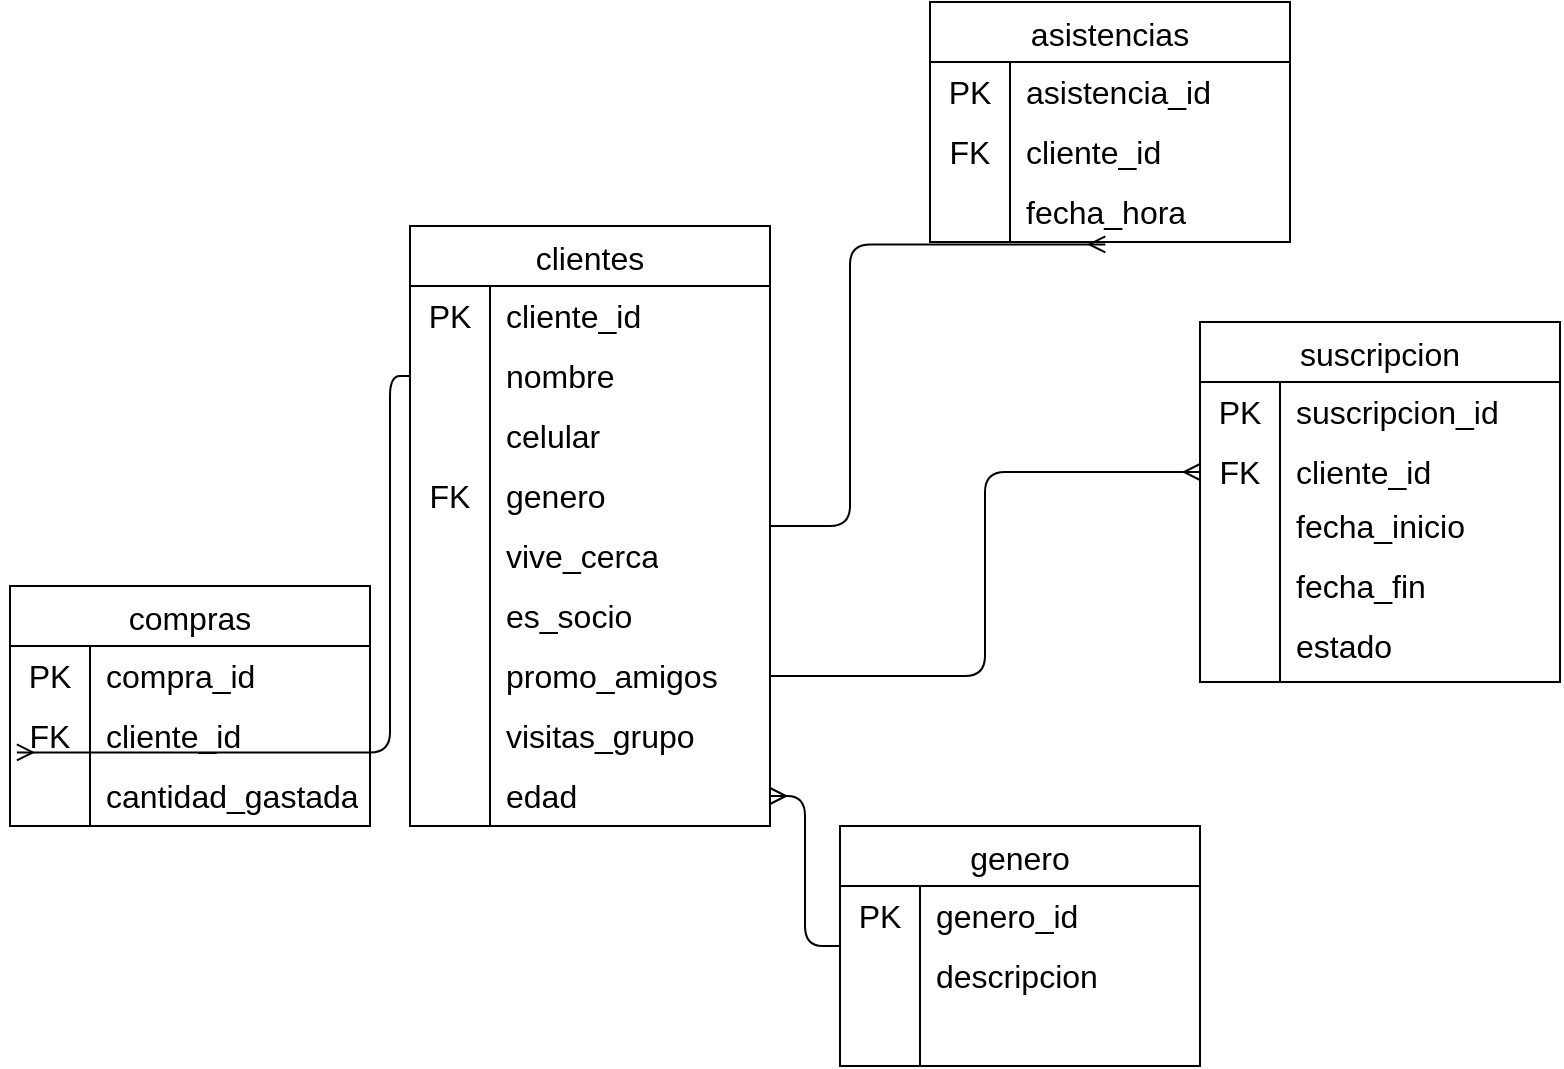
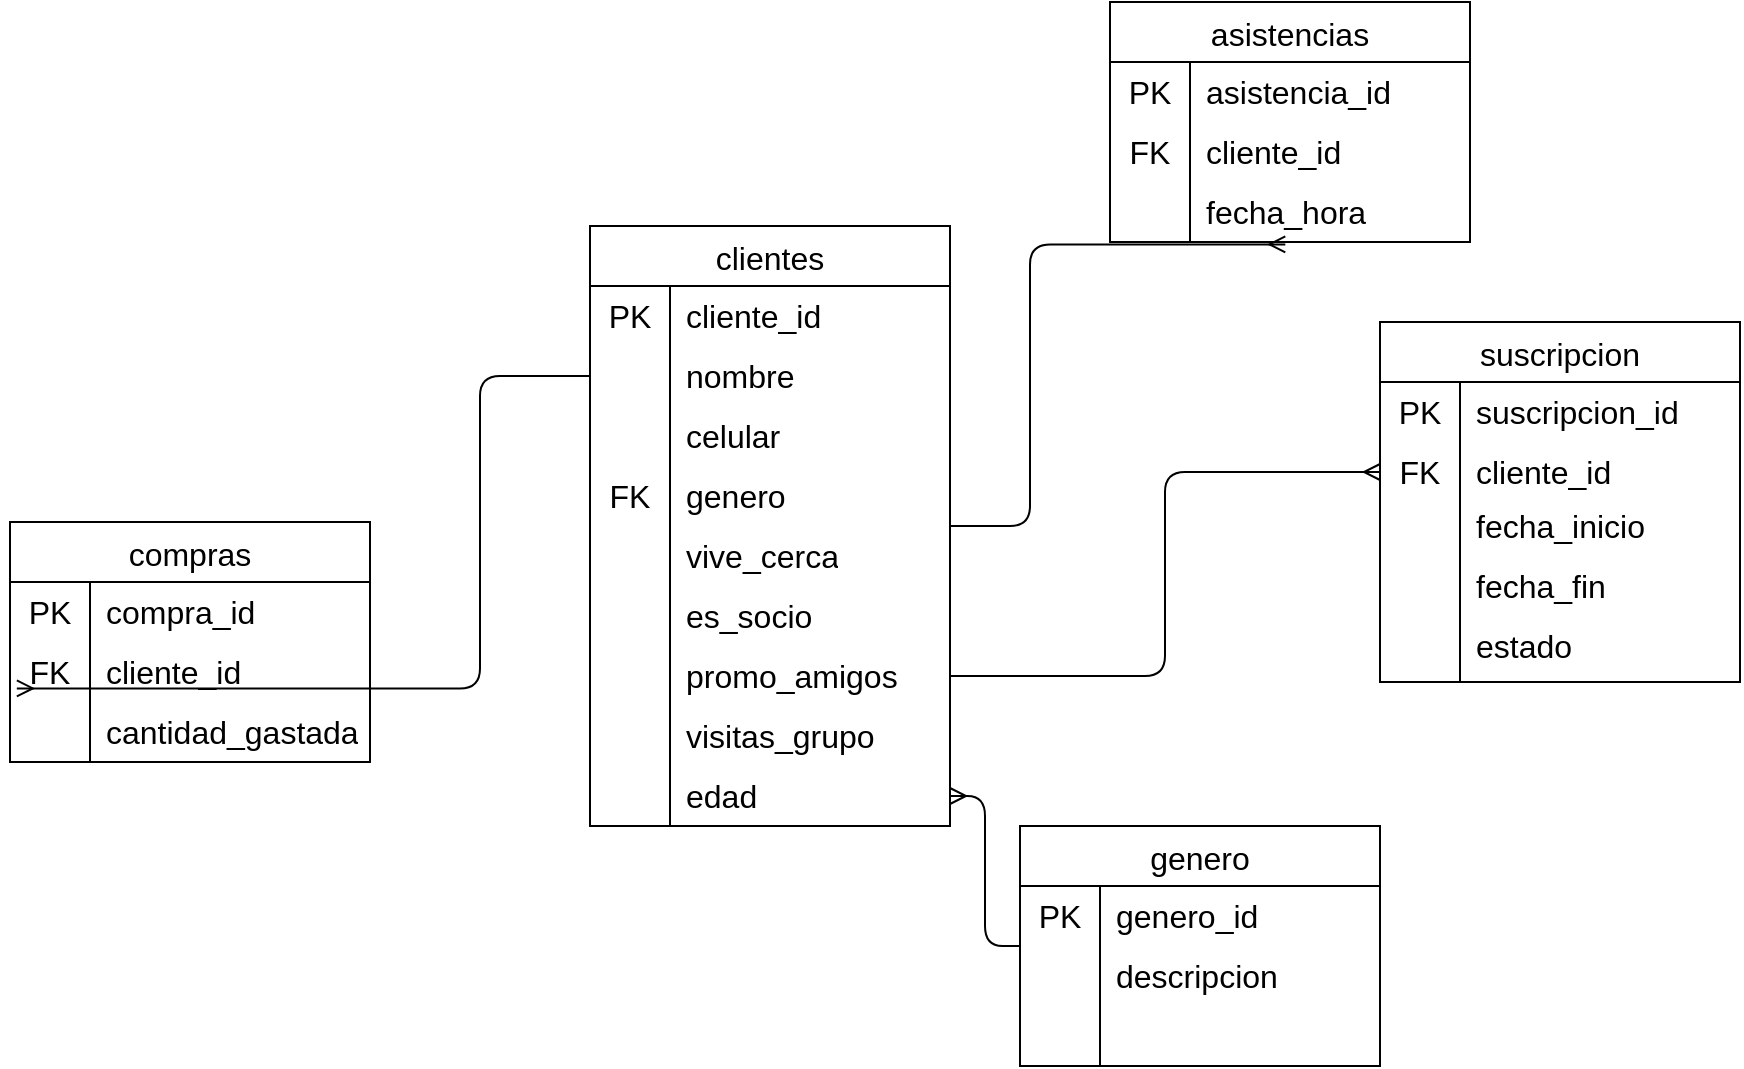
<mxfile host="65bd71144e">
    <diagram id="0N_q3d2VuDetmBSRo2Uj" name="Page-1">
-         <mxGraphModel dx="2738" dy="502" grid="1" gridSize="10" guides="1" tooltips="1" connect="1" arrows="1" fold="1" page="1" pageScale="1" pageWidth="850" pageHeight="1100" math="0" shadow="0">
+         <mxGraphModel dx="1830" dy="563" grid="1" gridSize="10" guides="1" tooltips="1" connect="1" arrows="1" fold="1" page="1" pageScale="1" pageWidth="850" pageHeight="1100" math="0" shadow="0">
            <root>
                <mxCell id="0"/>
                <mxCell id="1" parent="0"/>
                <mxCell id="2" value="clientes" style="shape=table;startSize=30;container=1;collapsible=0;childLayout=tableLayout;fixedRows=1;rowLines=0;fontStyle=0;strokeColor=default;fontSize=16;" parent="1" vertex="1">
                    <mxGeometry x="120" y="172" width="180" height="300" as="geometry"/>
                </mxCell>
                <mxCell id="3" value="" style="shape=tableRow;horizontal=0;startSize=0;swimlaneHead=0;swimlaneBody=0;top=0;left=0;bottom=0;right=0;collapsible=0;dropTarget=0;fillColor=none;points=[[0,0.5],[1,0.5]];portConstraint=eastwest;strokeColor=inherit;fontSize=16;" parent="2" vertex="1">
                    <mxGeometry y="30" width="180" height="30" as="geometry"/>
                </mxCell>
                <mxCell id="4" value="PK" style="shape=partialRectangle;html=1;whiteSpace=wrap;connectable=0;fillColor=none;top=0;left=0;bottom=0;right=0;overflow=hidden;pointerEvents=1;strokeColor=inherit;fontSize=16;" parent="3" vertex="1">
                    <mxGeometry width="40" height="30" as="geometry">
                        <mxRectangle width="40" height="30" as="alternateBounds"/>
                    </mxGeometry>
                </mxCell>
                <mxCell id="5" value="cliente_id" style="shape=partialRectangle;html=1;whiteSpace=wrap;connectable=0;fillColor=none;top=0;left=0;bottom=0;right=0;align=left;spacingLeft=6;overflow=hidden;strokeColor=inherit;fontSize=16;" parent="3" vertex="1">
                    <mxGeometry x="40" width="140" height="30" as="geometry">
                        <mxRectangle width="140" height="30" as="alternateBounds"/>
                    </mxGeometry>
                </mxCell>
                <mxCell id="6" value="" style="shape=tableRow;horizontal=0;startSize=0;swimlaneHead=0;swimlaneBody=0;top=0;left=0;bottom=0;right=0;collapsible=0;dropTarget=0;fillColor=none;points=[[0,0.5],[1,0.5]];portConstraint=eastwest;strokeColor=inherit;fontSize=16;" parent="2" vertex="1">
                    <mxGeometry y="60" width="180" height="30" as="geometry"/>
                </mxCell>
                <mxCell id="7" value="" style="shape=partialRectangle;html=1;whiteSpace=wrap;connectable=0;fillColor=none;top=0;left=0;bottom=0;right=0;overflow=hidden;strokeColor=inherit;fontSize=16;" parent="6" vertex="1">
                    <mxGeometry width="40" height="30" as="geometry">
                        <mxRectangle width="40" height="30" as="alternateBounds"/>
                    </mxGeometry>
                </mxCell>
                <mxCell id="8" value="nombre" style="shape=partialRectangle;html=1;whiteSpace=wrap;connectable=0;fillColor=none;top=0;left=0;bottom=0;right=0;align=left;spacingLeft=6;overflow=hidden;strokeColor=inherit;fontSize=16;" parent="6" vertex="1">
                    <mxGeometry x="40" width="140" height="30" as="geometry">
                        <mxRectangle width="140" height="30" as="alternateBounds"/>
                    </mxGeometry>
                </mxCell>
                <mxCell id="9" value="" style="shape=tableRow;horizontal=0;startSize=0;swimlaneHead=0;swimlaneBody=0;top=0;left=0;bottom=0;right=0;collapsible=0;dropTarget=0;fillColor=none;points=[[0,0.5],[1,0.5]];portConstraint=eastwest;strokeColor=inherit;fontSize=16;" parent="2" vertex="1">
                    <mxGeometry y="90" width="180" height="30" as="geometry"/>
                </mxCell>
                <mxCell id="10" value="" style="shape=partialRectangle;html=1;whiteSpace=wrap;connectable=0;fillColor=none;top=0;left=0;bottom=0;right=0;overflow=hidden;strokeColor=inherit;fontSize=16;" parent="9" vertex="1">
                    <mxGeometry width="40" height="30" as="geometry">
                        <mxRectangle width="40" height="30" as="alternateBounds"/>
                    </mxGeometry>
                </mxCell>
                <mxCell id="11" value="celular" style="shape=partialRectangle;html=1;whiteSpace=wrap;connectable=0;fillColor=none;top=0;left=0;bottom=0;right=0;align=left;spacingLeft=6;overflow=hidden;strokeColor=inherit;fontSize=16;" parent="9" vertex="1">
                    <mxGeometry x="40" width="140" height="30" as="geometry">
                        <mxRectangle width="140" height="30" as="alternateBounds"/>
                    </mxGeometry>
                </mxCell>
                <mxCell id="43" value="" style="shape=tableRow;horizontal=0;startSize=0;swimlaneHead=0;swimlaneBody=0;top=0;left=0;bottom=0;right=0;collapsible=0;dropTarget=0;fillColor=none;points=[[0,0.5],[1,0.5]];portConstraint=eastwest;strokeColor=inherit;fontSize=16;" parent="2" vertex="1">
                    <mxGeometry y="120" width="180" height="30" as="geometry"/>
                </mxCell>
                <mxCell id="44" value="FK" style="shape=partialRectangle;html=1;whiteSpace=wrap;connectable=0;fillColor=none;top=0;left=0;bottom=0;right=0;overflow=hidden;strokeColor=inherit;fontSize=16;" parent="43" vertex="1">
                    <mxGeometry width="40" height="30" as="geometry">
                        <mxRectangle width="40" height="30" as="alternateBounds"/>
                    </mxGeometry>
                </mxCell>
                <mxCell id="45" value="genero" style="shape=partialRectangle;html=1;whiteSpace=wrap;connectable=0;fillColor=none;top=0;left=0;bottom=0;right=0;align=left;spacingLeft=6;overflow=hidden;strokeColor=inherit;fontSize=16;" parent="43" vertex="1">
                    <mxGeometry x="40" width="140" height="30" as="geometry">
                        <mxRectangle width="140" height="30" as="alternateBounds"/>
                    </mxGeometry>
                </mxCell>
                <mxCell id="46" value="" style="shape=tableRow;horizontal=0;startSize=0;swimlaneHead=0;swimlaneBody=0;top=0;left=0;bottom=0;right=0;collapsible=0;dropTarget=0;fillColor=none;points=[[0,0.5],[1,0.5]];portConstraint=eastwest;strokeColor=inherit;fontSize=16;" parent="2" vertex="1">
                    <mxGeometry y="150" width="180" height="30" as="geometry"/>
                </mxCell>
                <mxCell id="47" value="" style="shape=partialRectangle;html=1;whiteSpace=wrap;connectable=0;fillColor=none;top=0;left=0;bottom=0;right=0;overflow=hidden;strokeColor=inherit;fontSize=16;" parent="46" vertex="1">
                    <mxGeometry width="40" height="30" as="geometry">
                        <mxRectangle width="40" height="30" as="alternateBounds"/>
                    </mxGeometry>
                </mxCell>
                <mxCell id="48" value="vive_cerca" style="shape=partialRectangle;html=1;whiteSpace=wrap;connectable=0;fillColor=none;top=0;left=0;bottom=0;right=0;align=left;spacingLeft=6;overflow=hidden;strokeColor=inherit;fontSize=16;" parent="46" vertex="1">
                    <mxGeometry x="40" width="140" height="30" as="geometry">
                        <mxRectangle width="140" height="30" as="alternateBounds"/>
                    </mxGeometry>
                </mxCell>
                <mxCell id="49" value="" style="shape=tableRow;horizontal=0;startSize=0;swimlaneHead=0;swimlaneBody=0;top=0;left=0;bottom=0;right=0;collapsible=0;dropTarget=0;fillColor=none;points=[[0,0.5],[1,0.5]];portConstraint=eastwest;strokeColor=inherit;fontSize=16;" parent="2" vertex="1">
                    <mxGeometry y="180" width="180" height="30" as="geometry"/>
                </mxCell>
                <mxCell id="50" value="" style="shape=partialRectangle;html=1;whiteSpace=wrap;connectable=0;fillColor=none;top=0;left=0;bottom=0;right=0;overflow=hidden;strokeColor=inherit;fontSize=16;" parent="49" vertex="1">
                    <mxGeometry width="40" height="30" as="geometry">
                        <mxRectangle width="40" height="30" as="alternateBounds"/>
                    </mxGeometry>
                </mxCell>
                <mxCell id="51" value="es_socio" style="shape=partialRectangle;html=1;whiteSpace=wrap;connectable=0;fillColor=none;top=0;left=0;bottom=0;right=0;align=left;spacingLeft=6;overflow=hidden;strokeColor=inherit;fontSize=16;" parent="49" vertex="1">
                    <mxGeometry x="40" width="140" height="30" as="geometry">
                        <mxRectangle width="140" height="30" as="alternateBounds"/>
                    </mxGeometry>
                </mxCell>
                <mxCell id="52" value="" style="shape=tableRow;horizontal=0;startSize=0;swimlaneHead=0;swimlaneBody=0;top=0;left=0;bottom=0;right=0;collapsible=0;dropTarget=0;fillColor=none;points=[[0,0.5],[1,0.5]];portConstraint=eastwest;strokeColor=inherit;fontSize=16;" parent="2" vertex="1">
                    <mxGeometry y="210" width="180" height="30" as="geometry"/>
                </mxCell>
                <mxCell id="53" value="" style="shape=partialRectangle;html=1;whiteSpace=wrap;connectable=0;fillColor=none;top=0;left=0;bottom=0;right=0;overflow=hidden;strokeColor=inherit;fontSize=16;" parent="52" vertex="1">
                    <mxGeometry width="40" height="30" as="geometry">
                        <mxRectangle width="40" height="30" as="alternateBounds"/>
                    </mxGeometry>
                </mxCell>
                <mxCell id="54" value="promo_amigos" style="shape=partialRectangle;html=1;whiteSpace=wrap;connectable=0;fillColor=none;top=0;left=0;bottom=0;right=0;align=left;spacingLeft=6;overflow=hidden;strokeColor=inherit;fontSize=16;" parent="52" vertex="1">
                    <mxGeometry x="40" width="140" height="30" as="geometry">
                        <mxRectangle width="140" height="30" as="alternateBounds"/>
                    </mxGeometry>
                </mxCell>
                <mxCell id="55" value="" style="shape=tableRow;horizontal=0;startSize=0;swimlaneHead=0;swimlaneBody=0;top=0;left=0;bottom=0;right=0;collapsible=0;dropTarget=0;fillColor=none;points=[[0,0.5],[1,0.5]];portConstraint=eastwest;strokeColor=inherit;fontSize=16;" parent="2" vertex="1">
                    <mxGeometry y="240" width="180" height="30" as="geometry"/>
                </mxCell>
                <mxCell id="56" value="" style="shape=partialRectangle;html=1;whiteSpace=wrap;connectable=0;fillColor=none;top=0;left=0;bottom=0;right=0;overflow=hidden;strokeColor=inherit;fontSize=16;" parent="55" vertex="1">
                    <mxGeometry width="40" height="30" as="geometry">
                        <mxRectangle width="40" height="30" as="alternateBounds"/>
                    </mxGeometry>
                </mxCell>
                <mxCell id="57" value="visitas_grupo" style="shape=partialRectangle;html=1;whiteSpace=wrap;connectable=0;fillColor=none;top=0;left=0;bottom=0;right=0;align=left;spacingLeft=6;overflow=hidden;strokeColor=inherit;fontSize=16;" parent="55" vertex="1">
                    <mxGeometry x="40" width="140" height="30" as="geometry">
                        <mxRectangle width="140" height="30" as="alternateBounds"/>
                    </mxGeometry>
                </mxCell>
                <mxCell id="58" value="" style="shape=tableRow;horizontal=0;startSize=0;swimlaneHead=0;swimlaneBody=0;top=0;left=0;bottom=0;right=0;collapsible=0;dropTarget=0;fillColor=none;points=[[0,0.5],[1,0.5]];portConstraint=eastwest;strokeColor=inherit;fontSize=16;" parent="2" vertex="1">
                    <mxGeometry y="270" width="180" height="30" as="geometry"/>
                </mxCell>
                <mxCell id="59" value="" style="shape=partialRectangle;html=1;whiteSpace=wrap;connectable=0;fillColor=none;top=0;left=0;bottom=0;right=0;overflow=hidden;strokeColor=inherit;fontSize=16;" parent="58" vertex="1">
                    <mxGeometry width="40" height="30" as="geometry">
                        <mxRectangle width="40" height="30" as="alternateBounds"/>
                    </mxGeometry>
                </mxCell>
                <mxCell id="60" value="edad" style="shape=partialRectangle;html=1;whiteSpace=wrap;connectable=0;fillColor=none;top=0;left=0;bottom=0;right=0;align=left;spacingLeft=6;overflow=hidden;strokeColor=inherit;fontSize=16;" parent="58" vertex="1">
                    <mxGeometry x="40" width="140" height="30" as="geometry">
                        <mxRectangle width="140" height="30" as="alternateBounds"/>
                    </mxGeometry>
                </mxCell>
                <mxCell id="96" style="edgeStyle=orthogonalEdgeStyle;html=1;entryX=1;entryY=0.5;entryDx=0;entryDy=0;endArrow=ERmany;endFill=0;" parent="1" source="12" target="58" edge="1">
                    <mxGeometry relative="1" as="geometry"/>
                </mxCell>
                <mxCell id="12" value="genero" style="shape=table;startSize=30;container=1;collapsible=0;childLayout=tableLayout;fixedRows=1;rowLines=0;fontStyle=0;strokeColor=default;fontSize=16;" parent="1" vertex="1">
                    <mxGeometry x="335" y="472" width="180" height="120" as="geometry"/>
                </mxCell>
                <mxCell id="13" value="" style="shape=tableRow;horizontal=0;startSize=0;swimlaneHead=0;swimlaneBody=0;top=0;left=0;bottom=0;right=0;collapsible=0;dropTarget=0;fillColor=none;points=[[0,0.5],[1,0.5]];portConstraint=eastwest;strokeColor=inherit;fontSize=16;" parent="12" vertex="1">
                    <mxGeometry y="30" width="180" height="30" as="geometry"/>
                </mxCell>
                <mxCell id="14" value="PK" style="shape=partialRectangle;html=1;whiteSpace=wrap;connectable=0;fillColor=none;top=0;left=0;bottom=0;right=0;overflow=hidden;pointerEvents=1;strokeColor=inherit;fontSize=16;" parent="13" vertex="1">
                    <mxGeometry width="40" height="30" as="geometry">
                        <mxRectangle width="40" height="30" as="alternateBounds"/>
                    </mxGeometry>
                </mxCell>
                <mxCell id="15" value="genero_id" style="shape=partialRectangle;html=1;whiteSpace=wrap;connectable=0;fillColor=none;top=0;left=0;bottom=0;right=0;align=left;spacingLeft=6;overflow=hidden;strokeColor=inherit;fontSize=16;" parent="13" vertex="1">
                    <mxGeometry x="40" width="140" height="30" as="geometry">
                        <mxRectangle width="140" height="30" as="alternateBounds"/>
                    </mxGeometry>
                </mxCell>
                <mxCell id="16" value="" style="shape=tableRow;horizontal=0;startSize=0;swimlaneHead=0;swimlaneBody=0;top=0;left=0;bottom=0;right=0;collapsible=0;dropTarget=0;fillColor=none;points=[[0,0.5],[1,0.5]];portConstraint=eastwest;strokeColor=inherit;fontSize=16;" parent="12" vertex="1">
                    <mxGeometry y="60" width="180" height="30" as="geometry"/>
                </mxCell>
                <mxCell id="17" value="" style="shape=partialRectangle;html=1;whiteSpace=wrap;connectable=0;fillColor=none;top=0;left=0;bottom=0;right=0;overflow=hidden;strokeColor=inherit;fontSize=16;" parent="16" vertex="1">
                    <mxGeometry width="40" height="30" as="geometry">
                        <mxRectangle width="40" height="30" as="alternateBounds"/>
                    </mxGeometry>
                </mxCell>
                <mxCell id="18" value="descripcion" style="shape=partialRectangle;html=1;whiteSpace=wrap;connectable=0;fillColor=none;top=0;left=0;bottom=0;right=0;align=left;spacingLeft=6;overflow=hidden;strokeColor=inherit;fontSize=16;" parent="16" vertex="1">
                    <mxGeometry x="40" width="140" height="30" as="geometry">
                        <mxRectangle width="140" height="30" as="alternateBounds"/>
                    </mxGeometry>
                </mxCell>
                <mxCell id="19" value="" style="shape=tableRow;horizontal=0;startSize=0;swimlaneHead=0;swimlaneBody=0;top=0;left=0;bottom=0;right=0;collapsible=0;dropTarget=0;fillColor=none;points=[[0,0.5],[1,0.5]];portConstraint=eastwest;strokeColor=inherit;fontSize=16;" parent="12" vertex="1">
                    <mxGeometry y="90" width="180" height="30" as="geometry"/>
                </mxCell>
                <mxCell id="20" value="" style="shape=partialRectangle;html=1;whiteSpace=wrap;connectable=0;fillColor=none;top=0;left=0;bottom=0;right=0;overflow=hidden;strokeColor=inherit;fontSize=16;" parent="19" vertex="1">
                    <mxGeometry width="40" height="30" as="geometry">
                        <mxRectangle width="40" height="30" as="alternateBounds"/>
                    </mxGeometry>
                </mxCell>
                <mxCell id="21" value="" style="shape=partialRectangle;html=1;whiteSpace=wrap;connectable=0;fillColor=none;top=0;left=0;bottom=0;right=0;align=left;spacingLeft=6;overflow=hidden;strokeColor=inherit;fontSize=16;" parent="19" vertex="1">
                    <mxGeometry x="40" width="140" height="30" as="geometry">
                        <mxRectangle width="140" height="30" as="alternateBounds"/>
                    </mxGeometry>
                </mxCell>
                <mxCell id="22" value="suscripcion" style="shape=table;startSize=30;container=1;collapsible=0;childLayout=tableLayout;fixedRows=1;rowLines=0;fontStyle=0;strokeColor=default;fontSize=16;" parent="1" vertex="1">
                    <mxGeometry x="515" y="220" width="180" height="180" as="geometry"/>
                </mxCell>
                <mxCell id="23" value="" style="shape=tableRow;horizontal=0;startSize=0;swimlaneHead=0;swimlaneBody=0;top=0;left=0;bottom=0;right=0;collapsible=0;dropTarget=0;fillColor=none;points=[[0,0.5],[1,0.5]];portConstraint=eastwest;strokeColor=inherit;fontSize=16;" parent="22" vertex="1">
                    <mxGeometry y="30" width="180" height="30" as="geometry"/>
                </mxCell>
                <mxCell id="24" value="PK" style="shape=partialRectangle;html=1;whiteSpace=wrap;connectable=0;fillColor=none;top=0;left=0;bottom=0;right=0;overflow=hidden;pointerEvents=1;strokeColor=inherit;fontSize=16;" parent="23" vertex="1">
                    <mxGeometry width="40" height="30" as="geometry">
                        <mxRectangle width="40" height="30" as="alternateBounds"/>
                    </mxGeometry>
                </mxCell>
                <mxCell id="25" value="suscripcion_id" style="shape=partialRectangle;html=1;whiteSpace=wrap;connectable=0;fillColor=none;top=0;left=0;bottom=0;right=0;align=left;spacingLeft=6;overflow=hidden;strokeColor=inherit;fontSize=16;" parent="23" vertex="1">
                    <mxGeometry x="40" width="140" height="30" as="geometry">
                        <mxRectangle width="140" height="30" as="alternateBounds"/>
                    </mxGeometry>
                </mxCell>
                <mxCell id="26" value="" style="shape=tableRow;horizontal=0;startSize=0;swimlaneHead=0;swimlaneBody=0;top=0;left=0;bottom=0;right=0;collapsible=0;dropTarget=0;fillColor=none;points=[[0,0.5],[1,0.5]];portConstraint=eastwest;strokeColor=inherit;fontSize=16;" parent="22" vertex="1">
                    <mxGeometry y="60" width="180" height="30" as="geometry"/>
                </mxCell>
                <mxCell id="27" value="FK" style="shape=partialRectangle;html=1;whiteSpace=wrap;connectable=0;fillColor=none;top=0;left=0;bottom=0;right=0;overflow=hidden;strokeColor=inherit;fontSize=16;" parent="26" vertex="1">
                    <mxGeometry width="40" height="30" as="geometry">
                        <mxRectangle width="40" height="30" as="alternateBounds"/>
                    </mxGeometry>
                </mxCell>
                <mxCell id="28" value="cliente_id" style="shape=partialRectangle;html=1;whiteSpace=wrap;connectable=0;fillColor=none;top=0;left=0;bottom=0;right=0;align=left;spacingLeft=6;overflow=hidden;strokeColor=inherit;fontSize=16;" parent="26" vertex="1">
                    <mxGeometry x="40" width="140" height="30" as="geometry">
                        <mxRectangle width="140" height="30" as="alternateBounds"/>
                    </mxGeometry>
                </mxCell>
                <mxCell id="29" value="" style="shape=tableRow;horizontal=0;startSize=0;swimlaneHead=0;swimlaneBody=0;top=0;left=0;bottom=0;right=0;collapsible=0;dropTarget=0;fillColor=none;points=[[0,0.5],[1,0.5]];portConstraint=eastwest;strokeColor=inherit;fontSize=16;" parent="22" vertex="1">
                    <mxGeometry y="90" width="180" height="30" as="geometry"/>
                </mxCell>
                <mxCell id="30" value="" style="shape=partialRectangle;html=1;whiteSpace=wrap;connectable=0;fillColor=none;top=0;left=0;bottom=0;right=0;overflow=hidden;strokeColor=inherit;fontSize=16;" parent="29" vertex="1">
                    <mxGeometry width="40" height="30" as="geometry">
                        <mxRectangle width="40" height="30" as="alternateBounds"/>
                    </mxGeometry>
                </mxCell>
                <mxCell id="31" value="fecha_inicio&lt;div&gt;&lt;br&gt;&lt;/div&gt;" style="shape=partialRectangle;html=1;whiteSpace=wrap;connectable=0;fillColor=none;top=0;left=0;bottom=0;right=0;align=left;spacingLeft=6;overflow=hidden;strokeColor=inherit;fontSize=16;" parent="29" vertex="1">
                    <mxGeometry x="40" width="140" height="30" as="geometry">
                        <mxRectangle width="140" height="30" as="alternateBounds"/>
                    </mxGeometry>
                </mxCell>
                <mxCell id="61" value="" style="shape=tableRow;horizontal=0;startSize=0;swimlaneHead=0;swimlaneBody=0;top=0;left=0;bottom=0;right=0;collapsible=0;dropTarget=0;fillColor=none;points=[[0,0.5],[1,0.5]];portConstraint=eastwest;strokeColor=inherit;fontSize=16;" parent="22" vertex="1">
                    <mxGeometry y="120" width="180" height="30" as="geometry"/>
                </mxCell>
                <mxCell id="62" value="" style="shape=partialRectangle;html=1;whiteSpace=wrap;connectable=0;fillColor=none;top=0;left=0;bottom=0;right=0;overflow=hidden;strokeColor=inherit;fontSize=16;" parent="61" vertex="1">
                    <mxGeometry width="40" height="30" as="geometry">
                        <mxRectangle width="40" height="30" as="alternateBounds"/>
                    </mxGeometry>
                </mxCell>
                <mxCell id="63" value="fecha_fin&lt;div&gt;&lt;br&gt;&lt;/div&gt;" style="shape=partialRectangle;html=1;whiteSpace=wrap;connectable=0;fillColor=none;top=0;left=0;bottom=0;right=0;align=left;spacingLeft=6;overflow=hidden;strokeColor=inherit;fontSize=16;" parent="61" vertex="1">
                    <mxGeometry x="40" width="140" height="30" as="geometry">
                        <mxRectangle width="140" height="30" as="alternateBounds"/>
                    </mxGeometry>
                </mxCell>
                <mxCell id="64" value="" style="shape=tableRow;horizontal=0;startSize=0;swimlaneHead=0;swimlaneBody=0;top=0;left=0;bottom=0;right=0;collapsible=0;dropTarget=0;fillColor=none;points=[[0,0.5],[1,0.5]];portConstraint=eastwest;strokeColor=inherit;fontSize=16;" parent="22" vertex="1">
                    <mxGeometry y="150" width="180" height="30" as="geometry"/>
                </mxCell>
                <mxCell id="65" value="" style="shape=partialRectangle;html=1;whiteSpace=wrap;connectable=0;fillColor=none;top=0;left=0;bottom=0;right=0;overflow=hidden;strokeColor=inherit;fontSize=16;" parent="64" vertex="1">
                    <mxGeometry width="40" height="30" as="geometry">
                        <mxRectangle width="40" height="30" as="alternateBounds"/>
                    </mxGeometry>
                </mxCell>
                <mxCell id="66" value="estado&lt;div&gt;&lt;br&gt;&lt;/div&gt;" style="shape=partialRectangle;html=1;whiteSpace=wrap;connectable=0;fillColor=none;top=0;left=0;bottom=0;right=0;align=left;spacingLeft=6;overflow=hidden;strokeColor=inherit;fontSize=16;" parent="64" vertex="1">
                    <mxGeometry x="40" width="140" height="30" as="geometry">
                        <mxRectangle width="140" height="30" as="alternateBounds"/>
                    </mxGeometry>
                </mxCell>
                <mxCell id="67" value="compras" style="shape=table;startSize=30;container=1;collapsible=0;childLayout=tableLayout;fixedRows=1;rowLines=0;fontStyle=0;strokeColor=default;fontSize=16;" parent="1" vertex="1">
-                     <mxGeometry x="-80" y="352" width="180" height="120" as="geometry"/>
+                     <mxGeometry x="-170" y="320" width="180" height="120" as="geometry"/>
                </mxCell>
                <mxCell id="68" value="" style="shape=tableRow;horizontal=0;startSize=0;swimlaneHead=0;swimlaneBody=0;top=0;left=0;bottom=0;right=0;collapsible=0;dropTarget=0;fillColor=none;points=[[0,0.5],[1,0.5]];portConstraint=eastwest;strokeColor=inherit;fontSize=16;" parent="67" vertex="1">
                    <mxGeometry y="30" width="180" height="30" as="geometry"/>
                </mxCell>
                <mxCell id="69" value="PK" style="shape=partialRectangle;html=1;whiteSpace=wrap;connectable=0;fillColor=none;top=0;left=0;bottom=0;right=0;overflow=hidden;pointerEvents=1;strokeColor=inherit;fontSize=16;" parent="68" vertex="1">
                    <mxGeometry width="40" height="30" as="geometry">
                        <mxRectangle width="40" height="30" as="alternateBounds"/>
                    </mxGeometry>
                </mxCell>
                <mxCell id="70" value="compra_id" style="shape=partialRectangle;html=1;whiteSpace=wrap;connectable=0;fillColor=none;top=0;left=0;bottom=0;right=0;align=left;spacingLeft=6;overflow=hidden;strokeColor=inherit;fontSize=16;" parent="68" vertex="1">
                    <mxGeometry x="40" width="140" height="30" as="geometry">
                        <mxRectangle width="140" height="30" as="alternateBounds"/>
                    </mxGeometry>
                </mxCell>
                <mxCell id="71" value="" style="shape=tableRow;horizontal=0;startSize=0;swimlaneHead=0;swimlaneBody=0;top=0;left=0;bottom=0;right=0;collapsible=0;dropTarget=0;fillColor=none;points=[[0,0.5],[1,0.5]];portConstraint=eastwest;strokeColor=inherit;fontSize=16;" parent="67" vertex="1">
                    <mxGeometry y="60" width="180" height="30" as="geometry"/>
                </mxCell>
                <mxCell id="72" value="FK" style="shape=partialRectangle;html=1;whiteSpace=wrap;connectable=0;fillColor=none;top=0;left=0;bottom=0;right=0;overflow=hidden;strokeColor=inherit;fontSize=16;" parent="71" vertex="1">
                    <mxGeometry width="40" height="30" as="geometry">
                        <mxRectangle width="40" height="30" as="alternateBounds"/>
                    </mxGeometry>
                </mxCell>
                <mxCell id="73" value="cliente_id" style="shape=partialRectangle;html=1;whiteSpace=wrap;connectable=0;fillColor=none;top=0;left=0;bottom=0;right=0;align=left;spacingLeft=6;overflow=hidden;strokeColor=inherit;fontSize=16;" parent="71" vertex="1">
                    <mxGeometry x="40" width="140" height="30" as="geometry">
                        <mxRectangle width="140" height="30" as="alternateBounds"/>
                    </mxGeometry>
                </mxCell>
                <mxCell id="74" value="" style="shape=tableRow;horizontal=0;startSize=0;swimlaneHead=0;swimlaneBody=0;top=0;left=0;bottom=0;right=0;collapsible=0;dropTarget=0;fillColor=none;points=[[0,0.5],[1,0.5]];portConstraint=eastwest;strokeColor=inherit;fontSize=16;" parent="67" vertex="1">
                    <mxGeometry y="90" width="180" height="30" as="geometry"/>
                </mxCell>
                <mxCell id="75" value="" style="shape=partialRectangle;html=1;whiteSpace=wrap;connectable=0;fillColor=none;top=0;left=0;bottom=0;right=0;overflow=hidden;strokeColor=inherit;fontSize=16;" parent="74" vertex="1">
                    <mxGeometry width="40" height="30" as="geometry">
                        <mxRectangle width="40" height="30" as="alternateBounds"/>
                    </mxGeometry>
                </mxCell>
                <mxCell id="76" value="cantidad_gastada" style="shape=partialRectangle;html=1;whiteSpace=wrap;connectable=0;fillColor=none;top=0;left=0;bottom=0;right=0;align=left;spacingLeft=6;overflow=hidden;strokeColor=inherit;fontSize=16;" parent="74" vertex="1">
                    <mxGeometry x="40" width="140" height="30" as="geometry">
                        <mxRectangle width="140" height="30" as="alternateBounds"/>
                    </mxGeometry>
                </mxCell>
                <mxCell id="90" style="edgeStyle=orthogonalEdgeStyle;html=1;entryX=0.019;entryY=0.773;entryDx=0;entryDy=0;entryPerimeter=0;endArrow=ERmany;endFill=0;" parent="1" source="6" target="71" edge="1">
                    <mxGeometry relative="1" as="geometry"/>
                </mxCell>
                <mxCell id="93" style="edgeStyle=orthogonalEdgeStyle;html=1;entryX=0;entryY=0.5;entryDx=0;entryDy=0;endArrow=ERmany;endFill=0;" parent="1" source="52" target="26" edge="1">
                    <mxGeometry relative="1" as="geometry"/>
                </mxCell>
                <mxCell id="97" value="asistencias" style="shape=table;startSize=30;container=1;collapsible=0;childLayout=tableLayout;fixedRows=1;rowLines=0;fontStyle=0;strokeColor=default;fontSize=16;" parent="1" vertex="1">
                    <mxGeometry x="380" y="60" width="180" height="120" as="geometry"/>
                </mxCell>
                <mxCell id="98" value="" style="shape=tableRow;horizontal=0;startSize=0;swimlaneHead=0;swimlaneBody=0;top=0;left=0;bottom=0;right=0;collapsible=0;dropTarget=0;fillColor=none;points=[[0,0.5],[1,0.5]];portConstraint=eastwest;strokeColor=inherit;fontSize=16;" parent="97" vertex="1">
                    <mxGeometry y="30" width="180" height="30" as="geometry"/>
                </mxCell>
                <mxCell id="99" value="PK" style="shape=partialRectangle;html=1;whiteSpace=wrap;connectable=0;fillColor=none;top=0;left=0;bottom=0;right=0;overflow=hidden;pointerEvents=1;strokeColor=inherit;fontSize=16;" parent="98" vertex="1">
                    <mxGeometry width="40" height="30" as="geometry">
                        <mxRectangle width="40" height="30" as="alternateBounds"/>
                    </mxGeometry>
                </mxCell>
                <mxCell id="100" value="asistencia_id" style="shape=partialRectangle;html=1;whiteSpace=wrap;connectable=0;fillColor=none;top=0;left=0;bottom=0;right=0;align=left;spacingLeft=6;overflow=hidden;strokeColor=inherit;fontSize=16;" parent="98" vertex="1">
                    <mxGeometry x="40" width="140" height="30" as="geometry">
                        <mxRectangle width="140" height="30" as="alternateBounds"/>
                    </mxGeometry>
                </mxCell>
                <mxCell id="101" value="" style="shape=tableRow;horizontal=0;startSize=0;swimlaneHead=0;swimlaneBody=0;top=0;left=0;bottom=0;right=0;collapsible=0;dropTarget=0;fillColor=none;points=[[0,0.5],[1,0.5]];portConstraint=eastwest;strokeColor=inherit;fontSize=16;" parent="97" vertex="1">
                    <mxGeometry y="60" width="180" height="30" as="geometry"/>
                </mxCell>
                <mxCell id="102" value="FK" style="shape=partialRectangle;html=1;whiteSpace=wrap;connectable=0;fillColor=none;top=0;left=0;bottom=0;right=0;overflow=hidden;strokeColor=inherit;fontSize=16;" parent="101" vertex="1">
                    <mxGeometry width="40" height="30" as="geometry">
                        <mxRectangle width="40" height="30" as="alternateBounds"/>
                    </mxGeometry>
                </mxCell>
                <mxCell id="103" value="cliente_id" style="shape=partialRectangle;html=1;whiteSpace=wrap;connectable=0;fillColor=none;top=0;left=0;bottom=0;right=0;align=left;spacingLeft=6;overflow=hidden;strokeColor=inherit;fontSize=16;" parent="101" vertex="1">
                    <mxGeometry x="40" width="140" height="30" as="geometry">
                        <mxRectangle width="140" height="30" as="alternateBounds"/>
                    </mxGeometry>
                </mxCell>
                <mxCell id="104" value="" style="shape=tableRow;horizontal=0;startSize=0;swimlaneHead=0;swimlaneBody=0;top=0;left=0;bottom=0;right=0;collapsible=0;dropTarget=0;fillColor=none;points=[[0,0.5],[1,0.5]];portConstraint=eastwest;strokeColor=inherit;fontSize=16;" parent="97" vertex="1">
                    <mxGeometry y="90" width="180" height="30" as="geometry"/>
                </mxCell>
                <mxCell id="105" value="" style="shape=partialRectangle;html=1;whiteSpace=wrap;connectable=0;fillColor=none;top=0;left=0;bottom=0;right=0;overflow=hidden;strokeColor=inherit;fontSize=16;" parent="104" vertex="1">
                    <mxGeometry width="40" height="30" as="geometry">
                        <mxRectangle width="40" height="30" as="alternateBounds"/>
                    </mxGeometry>
                </mxCell>
                <mxCell id="106" value="fecha_hora" style="shape=partialRectangle;html=1;whiteSpace=wrap;connectable=0;fillColor=none;top=0;left=0;bottom=0;right=0;align=left;spacingLeft=6;overflow=hidden;strokeColor=inherit;fontSize=16;" parent="104" vertex="1">
                    <mxGeometry x="40" width="140" height="30" as="geometry">
                        <mxRectangle width="140" height="30" as="alternateBounds"/>
                    </mxGeometry>
                </mxCell>
                <mxCell id="107" style="edgeStyle=orthogonalEdgeStyle;html=1;entryX=0.487;entryY=1.04;entryDx=0;entryDy=0;entryPerimeter=0;endArrow=ERmany;endFill=0;" parent="1" source="2" target="104" edge="1">
                    <mxGeometry relative="1" as="geometry"/>
                </mxCell>
            </root>
        </mxGraphModel>
    </diagram>
</mxfile>